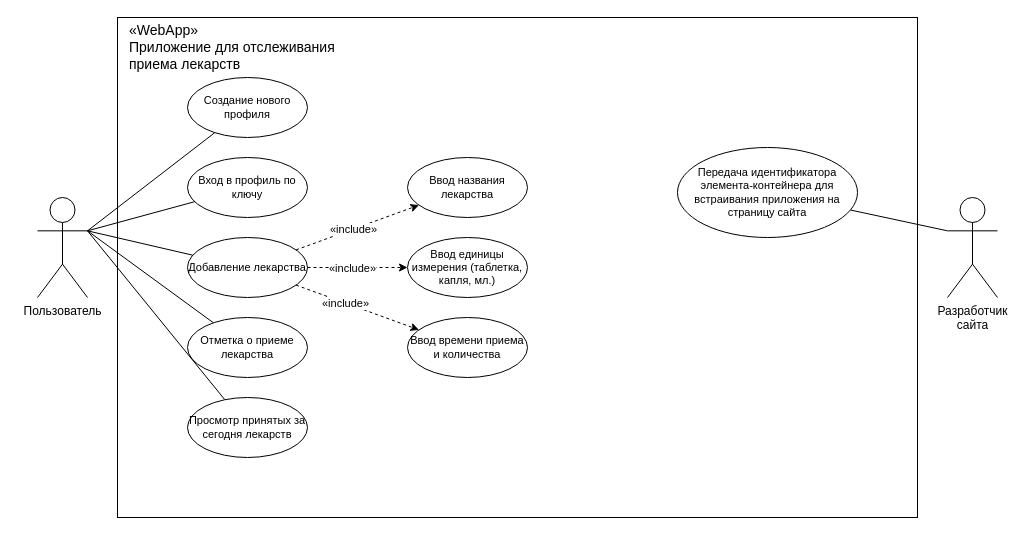
This is КрупновИван.drawio from shar3nda/js-hw1, a draw.io file, before an edit. Source tidied: cells renumbered, new cells numbered last; positions are measured from the earlier drawing's top-left corner, leaving out a move shared by most shapes. Both pictures are drawn from the tidied source at 100%, with x=0, y=0 at pixel (17, 17).
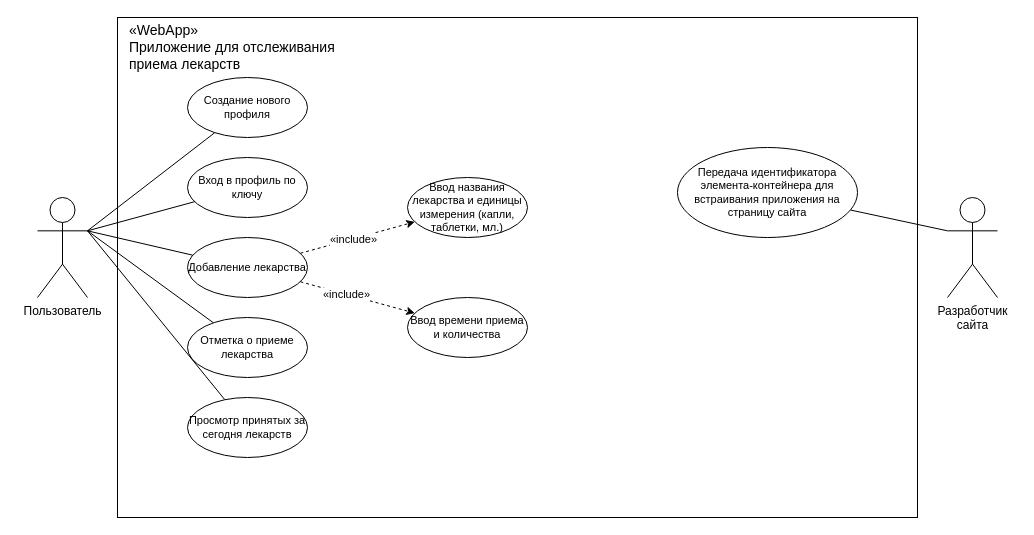
The same page after the edit.

The change refers to these unchanged cells:
```xml
<mxCell id="12" value="Добавление лекарства" style="ellipse;whiteSpace=wrap;fontSize=11;html=1;" parent="1" vertex="1">
  <mxGeometry x="170" y="220" width="120" height="60" as="geometry" />
</mxCell>
```

What changed in the source:
```diff
@@
-    <mxCell id="9" value="Ввод названия лекарства&lt;br style=&quot;font-size: 11px;&quot;&gt;" style="ellipse;whiteSpace=wrap;html=1;fontSize=11;" parent="1" vertex="1">
-      <mxGeometry x="390" y="140" width="120" height="60" as="geometry" />
+    <mxCell id="9" value="Ввод названия лекарства и единицы измерения (капли, таблетки, мл.)" style="ellipse;whiteSpace=wrap;html=1;fontSize=11;" parent="1" vertex="1">
+      <mxGeometry x="390" y="160" width="120" height="60" as="geometry" />
     </mxCell>
-    <mxCell id="10" value="Ввод единицы измерения (таблетка, капля, мл.)&lt;br style=&quot;font-size: 11px;&quot;&gt;" style="ellipse;whiteSpace=wrap;html=1;fontSize=11;" parent="1" vertex="1">
-      <mxGeometry x="390" y="220" width="120" height="60" as="geometry" />
-    </mxCell>
     <mxCell id="11" value="Ввод времени приема и количества" style="ellipse;whiteSpace=wrap;html=1;fontSize=11;" parent="1" vertex="1">
-      <mxGeometry x="390" y="300" width="120" height="60" as="geometry" />
+      <mxGeometry x="390" y="280" width="120" height="60" as="geometry" />
     </mxCell>
@@
-    <mxCell id="15" style="html=1;labelBackgroundColor=#ffffff;startArrow=none;startFill=0;startSize=6;endArrow=classic;endFill=1;endSize=6;jettySize=auto;strokeWidth=1;dashed=1;fontSize=14;rounded=0;" parent="1" edge="1" source="12" target="10">
-      <mxGeometry relative="1" as="geometry" />
-    </mxCell>
-    <mxCell id="16" value="«include»" style="edgeLabel;align=center;verticalAlign=middle;html=1;fontSize=11;" parent="15" vertex="1">
-      <mxGeometry x="-0.12" relative="1" as="geometry" />
-    </mxCell>
```
